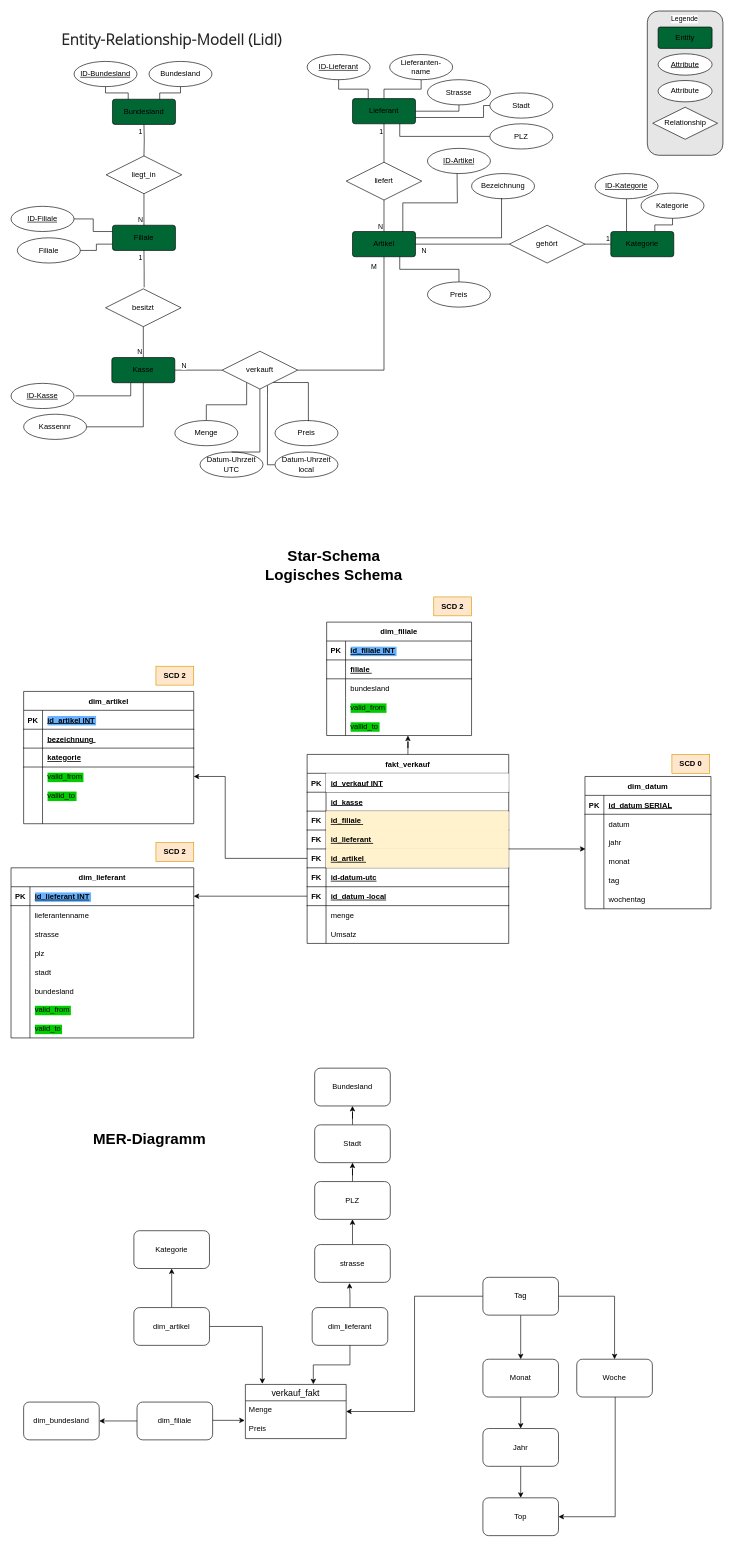
Earlier version of the draw.io diagram docs/ER-Modell.drawio (HappyJeanny/etl-postgres-projekt). Source tidied: cells renumbered, new cells numbered last; positions are measured from the earlier drawing's top-left corner, leaving out a move shared by most shapes. Both pictures are drawn from the tidied source at 63%, with x=0, y=0 at pixel (11, 11).
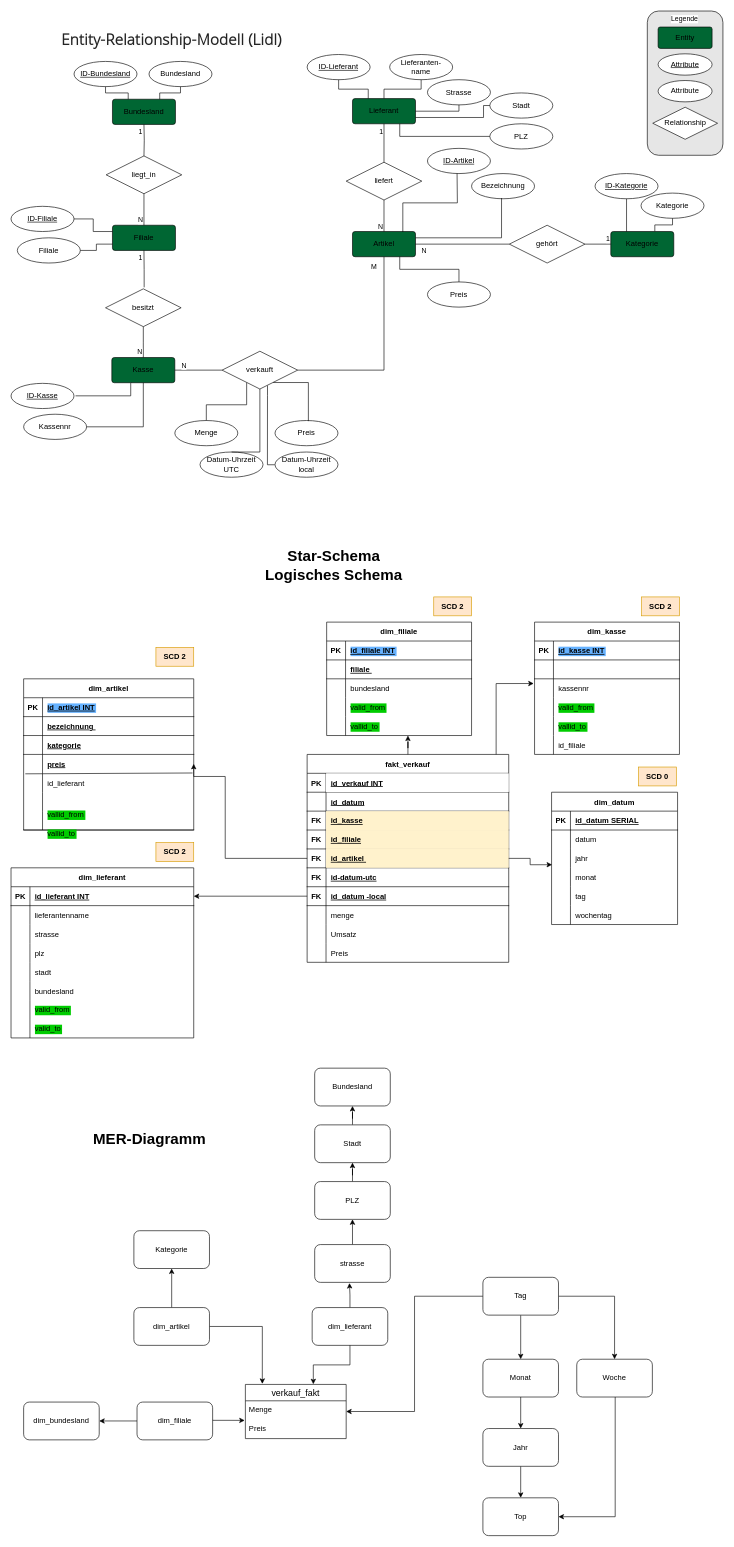
The same diagram, later.

The change refers to these unchanged cells:
```xml
<mxCell id="92" style="shape=tableRow;horizontal=0;startSize=0;swimlaneHead=0;swimlaneBody=0;fillColor=none;points=[[0,0.5],[1,0.5]];portConstraint=eastwest;strokeColor=inherit;top=0;left=0;right=0;bottom=0;" parent="82" vertex="1">
  <mxGeometry y="120" width="270" height="30" as="geometry" />
</mxCell>
<mxCell id="95" style="shape=tableRow;horizontal=0;startSize=0;swimlaneHead=0;swimlaneBody=0;fillColor=none;points=[[0,0.5],[1,0.5]];portConstraint=eastwest;strokeColor=inherit;top=0;left=0;right=0;bottom=0;" parent="82" vertex="1">
  <mxGeometry y="150" width="270" height="30" as="geometry" />
</mxCell>
<mxCell id="102" style="shape=tableRow;horizontal=0;startSize=0;swimlaneHead=0;swimlaneBody=0;fillColor=none;points=[[0,0.5],[1,0.5]];portConstraint=eastwest;strokeColor=inherit;top=0;left=0;right=0;bottom=1;" parent="101" vertex="1">
  <mxGeometry y="30" width="290" height="30" as="geometry" />
</mxCell>
<mxCell id="165" style="shape=tableRow;horizontal=0;startSize=0;swimlaneHead=0;swimlaneBody=0;fillColor=none;strokeColor=inherit;top=0;left=0;right=0;bottom=1;" parent="161" vertex="1">
  <mxGeometry y="60" width="320" height="30" as="geometry" />
</mxCell>
<mxCell id="168" style="shape=tableRow;horizontal=0;startSize=0;swimlaneHead=0;swimlaneBody=0;fillColor=none;strokeColor=inherit;top=0;left=0;right=0;bottom=1;" parent="161" vertex="1">
  <mxGeometry y="90" width="320" height="30" as="geometry" />
</mxCell>
<mxCell id="171" style="shape=tableRow;horizontal=0;startSize=0;swimlaneHead=0;swimlaneBody=0;fillColor=none;strokeColor=inherit;top=0;left=0;right=0;bottom=1;" parent="161" vertex="1">
  <mxGeometry y="120" width="320" height="30" as="geometry" />
</mxCell>
```

The edit, as a diff of the source:
```diff
@@
     <mxCell id="82" value="dim_artikel" style="shape=table;startSize=30;childLayout=tableLayout;rowLines=0;fontStyle=1;align=center;" parent="1" vertex="1">
-      <mxGeometry x="20" y="1080" width="270" height="210" as="geometry" />
+      <mxGeometry x="20" y="1060" width="270" height="240" as="geometry" />
     </mxCell>
@@
-    <mxCell id="94" value="valid_from" style="shape=partialRectangle;overflow=hidden;fillColor=none;align=left;strokeColor=inherit;top=0;left=0;bottom=0;right=0;spacingLeft=6;labelBackgroundColor=#00CC00;" parent="92" vertex="1">
+    <mxCell id="94" value="preis" style="shape=partialRectangle;overflow=hidden;fillColor=none;align=left;strokeColor=inherit;top=0;left=0;bottom=0;right=0;spacingLeft=6;labelBackgroundColor=#FFFFFF;fontStyle=5;" parent="92" vertex="1">
       <mxGeometry x="30" width="240" height="30" as="geometry" />
     </mxCell>
@@
-    <mxCell id="97" value="vallid_to" style="shape=partialRectangle;overflow=hidden;fillColor=none;align=left;strokeColor=inherit;top=0;left=0;bottom=0;right=0;spacingLeft=6;labelBackgroundColor=#00CC00;" parent="95" vertex="1">
+    <mxCell id="97" value="id_lieferant" style="shape=partialRectangle;overflow=hidden;fillColor=none;align=left;strokeColor=inherit;top=0;left=0;bottom=0;right=0;spacingLeft=6;labelBackgroundColor=#FFFFFF;" parent="95" vertex="1">
       <mxGeometry x="30" width="240" height="30" as="geometry" />
     </mxCell>
@@
+    <mxCell id="230" style="endArrow=none;html=1;rounded=0;exitX=0.01;exitY=1.026;exitDx=0;exitDy=0;exitPerimeter=0;entryX=0.993;entryY=-0.018;entryDx=0;entryDy=0;entryPerimeter=0;" parent="82" edge="1" source="92" target="95">
+      <mxGeometry relative="1" as="geometry" />
+    </mxCell>
+    <mxCell id="231" style="shape=tableRow;horizontal=0;startSize=0;swimlaneHead=0;swimlaneBody=0;fillColor=none;strokeColor=inherit;top=0;left=0;right=0;bottom=1;" parent="82" vertex="1">
+      <mxGeometry y="210" width="270" height="30" as="geometry" />
+    </mxCell>
+    <mxCell id="232" style="shape=partialRectangle;overflow=hidden;fillColor=none;strokeColor=inherit;top=0;left=0;bottom=0;right=0;fontStyle=1;" parent="231" vertex="1">
+      <mxGeometry width="30" height="30" as="geometry" />
+    </mxCell>
+    <mxCell id="233" style="shape=partialRectangle;overflow=hidden;fillColor=none;align=left;strokeColor=inherit;top=0;left=0;bottom=0;right=0;spacingLeft=6;fontStyle=5;" parent="231" vertex="1">
+      <mxGeometry x="30" width="240" height="30" as="geometry" />
+    </mxCell>
@@
-    <mxCell id="104" value="id_lieferant INT " style="shape=partialRectangle;overflow=hidden;fillColor=none;align=left;strokeColor=inherit;top=0;left=0;bottom=0;right=0;spacingLeft=6;fontStyle=5;labelBackgroundColor=#66B2FF;" parent="102" vertex="1">
+    <mxCell id="104" value="id_lieferant INT " style="shape=partialRectangle;overflow=hidden;fillColor=none;align=left;strokeColor=inherit;top=0;left=0;bottom=0;right=0;spacingLeft=6;fontStyle=5;labelBackgroundColor=#FFFFFF;" parent="102" vertex="1">
       <mxGeometry x="30" width="260" height="30" as="geometry" />
     </mxCell>
@@
     <mxCell id="142" value="dim_datum" style="shape=table;startSize=30;childLayout=tableLayout;rowLines=0;fontStyle=1;align=center;" parent="1" vertex="1">
-      <mxGeometry x="911" y="1215" width="200" height="210" as="geometry" />
+      <mxGeometry x="858" y="1240" width="200" height="210" as="geometry" />
     </mxCell>
@@
     <mxCell id="161" value="fakt_verkauf" style="shape=table;startSize=30;childLayout=tableLayout;rowLines=0;fontStyle=1;align=center;" parent="1" vertex="1">
-      <mxGeometry x="470" y="1180" width="320" height="300" as="geometry" />
+      <mxGeometry x="470" y="1180" width="320" height="330" as="geometry" />
     </mxCell>
@@
-    <mxCell id="167" value="id_kasse" style="shape=partialRectangle;overflow=hidden;fillColor=none;align=left;strokeColor=inherit;top=0;left=0;bottom=0;right=0;spacingLeft=6;fontStyle=5;" parent="165" vertex="1">
+    <mxCell id="167" value="id_datum" style="shape=partialRectangle;overflow=hidden;fillColor=none;align=left;strokeColor=inherit;top=0;left=0;bottom=0;right=0;spacingLeft=6;fontStyle=5;" parent="165" vertex="1">
       <mxGeometry x="30" width="290" height="30" as="geometry" />
     </mxCell>
@@
-    <mxCell id="170" value="id_filiale " style="shape=partialRectangle;overflow=hidden;fillColor=#fff2cc;align=left;strokeColor=#d6b656;top=0;left=0;bottom=0;right=0;spacingLeft=6;fontStyle=5;" parent="168" vertex="1">
+    <mxCell id="170" value="id_kasse" style="shape=partialRectangle;overflow=hidden;fillColor=#fff2cc;align=left;strokeColor=#d6b656;top=0;left=0;bottom=0;right=0;spacingLeft=6;fontStyle=5;" parent="168" vertex="1">
       <mxGeometry x="30" width="290" height="30" as="geometry" />
     </mxCell>
@@
-    <mxCell id="173" value="id_lieferant " style="shape=partialRectangle;overflow=hidden;fillColor=#fff2cc;align=left;strokeColor=#d6b656;top=0;left=0;bottom=0;right=0;spacingLeft=6;fontStyle=5;" parent="171" vertex="1">
+    <mxCell id="173" value="id_filiale" style="shape=partialRectangle;overflow=hidden;fillColor=#fff2cc;align=left;strokeColor=#d6b656;top=0;left=0;bottom=0;right=0;spacingLeft=6;fontStyle=5;" parent="171" vertex="1">
       <mxGeometry x="30" width="290" height="30" as="geometry" />
     </mxCell>
@@
+    <mxCell id="234" style="shape=tableRow;horizontal=0;startSize=0;swimlaneHead=0;swimlaneBody=0;fillColor=none;strokeColor=inherit;top=0;left=0;right=0;bottom=0;" parent="161" vertex="1">
+      <mxGeometry y="300" width="320" height="30" as="geometry" />
+    </mxCell>
+    <mxCell id="235" style="shape=partialRectangle;overflow=hidden;fillColor=none;strokeColor=inherit;top=0;left=0;bottom=0;right=0;" parent="234" vertex="1">
+      <mxGeometry width="30" height="30" as="geometry" />
+    </mxCell>
+    <mxCell id="236" value="Preis" style="shape=partialRectangle;overflow=hidden;fillColor=none;align=left;strokeColor=inherit;top=0;left=0;bottom=0;right=0;spacingLeft=6;" parent="234" vertex="1">
+      <mxGeometry x="30" width="290" height="30" as="geometry" />
+    </mxCell>
@@
     <mxCell id="225" value="&lt;b&gt;SCD 0&lt;/b&gt;" style="text;html=1;align=center;verticalAlign=middle;whiteSpace=wrap;rounded=0;fillColor=#ffe6cc;strokeColor=#d79b00;" parent="1" vertex="1">
-      <mxGeometry x="1049" y="1180" width="60" height="30" as="geometry" />
+      <mxGeometry x="996" y="1200" width="60" height="30" as="geometry" />
     </mxCell>
     <mxCell id="226" value="&lt;b&gt;SCD 2&lt;/b&gt;" style="text;html=1;align=center;verticalAlign=middle;whiteSpace=wrap;rounded=0;fillColor=#ffe6cc;strokeColor=#d79b00;" parent="1" vertex="1">
-      <mxGeometry x="230" y="1040" width="60" height="30" as="geometry" />
+      <mxGeometry x="230" y="1010" width="60" height="30" as="geometry" />
     </mxCell>
@@
+    <mxCell id="237" style="shape=tableRow;horizontal=0;startSize=0;swimlaneHead=0;swimlaneBody=0;fillColor=none;strokeColor=inherit;top=0;left=0;right=0;bottom=0;" parent="1" vertex="1">
+      <mxGeometry x="20" y="1260" width="270" height="30" as="geometry" />
+    </mxCell>
+    <mxCell id="238" style="shape=partialRectangle;overflow=hidden;fillColor=none;strokeColor=inherit;top=0;left=0;bottom=0;right=0;" parent="237" vertex="1">
+      <mxGeometry width="30" height="30" as="geometry" />
+    </mxCell>
+    <mxCell id="239" value="vallid_from" style="shape=partialRectangle;overflow=hidden;fillColor=none;align=left;strokeColor=inherit;top=0;left=0;bottom=0;right=0;spacingLeft=6;labelBackgroundColor=#00CC00;" parent="237" vertex="1">
+      <mxGeometry x="30" width="240" height="30" as="geometry" />
+    </mxCell>
+    <mxCell id="240" value="vallid_to" style="shape=partialRectangle;overflow=hidden;fillColor=none;align=left;strokeColor=inherit;top=0;left=0;bottom=0;right=0;spacingLeft=6;labelBackgroundColor=#00CC00;" parent="1" vertex="1">
+      <mxGeometry x="50" y="1290" width="240" height="30" as="geometry" />
+    </mxCell>
+    <mxCell id="241" value="dim_kasse" style="shape=table;startSize=30;childLayout=tableLayout;rowLines=0;fontStyle=1;align=center;" parent="1" vertex="1">
+      <mxGeometry x="831" y="970" width="230" height="210" as="geometry" />
+    </mxCell>
+    <mxCell id="242" style="shape=tableRow;horizontal=0;startSize=0;swimlaneHead=0;swimlaneBody=0;fillColor=none;strokeColor=inherit;top=0;left=0;right=0;bottom=1;" parent="241" vertex="1">
+      <mxGeometry y="30" width="230" height="30" as="geometry" />
+    </mxCell>
+    <mxCell id="243" value="PK" style="shape=partialRectangle;overflow=hidden;fillColor=none;strokeColor=inherit;top=0;left=0;bottom=0;right=0;fontStyle=1;" parent="242" vertex="1">
+      <mxGeometry width="30" height="30" as="geometry" />
+    </mxCell>
+    <mxCell id="244" value="id_kasse INT" style="shape=partialRectangle;overflow=hidden;fillColor=none;align=left;strokeColor=inherit;top=0;left=0;bottom=0;right=0;spacingLeft=6;fontStyle=5;labelBackgroundColor=#66B2FF;" parent="242" vertex="1">
+      <mxGeometry x="30" width="200" height="30" as="geometry" />
+    </mxCell>
+    <mxCell id="245" style="shape=tableRow;horizontal=0;startSize=0;swimlaneHead=0;swimlaneBody=0;fillColor=none;strokeColor=inherit;top=0;left=0;right=0;bottom=1;" parent="241" vertex="1">
+      <mxGeometry y="60" width="230" height="30" as="geometry" />
+    </mxCell>
+    <mxCell id="246" style="shape=partialRectangle;overflow=hidden;fillColor=none;strokeColor=inherit;top=0;left=0;bottom=0;right=0;fontStyle=1;" parent="245" vertex="1">
+      <mxGeometry width="30" height="30" as="geometry" />
+    </mxCell>
+    <mxCell id="247" style="shape=partialRectangle;overflow=hidden;fillColor=none;align=left;strokeColor=inherit;top=0;left=0;bottom=0;right=0;spacingLeft=6;fontStyle=5;" parent="245" vertex="1">
+      <mxGeometry x="30" width="200" height="30" as="geometry" />
+    </mxCell>
+    <mxCell id="248" style="shape=tableRow;horizontal=0;startSize=0;swimlaneHead=0;swimlaneBody=0;fillColor=none;points=[[0,0.5],[1,0.5]];portConstraint=eastwest;strokeColor=inherit;top=0;left=0;right=0;bottom=0;" parent="241" vertex="1">
+      <mxGeometry y="90" width="230" height="30" as="geometry" />
+    </mxCell>
+    <mxCell id="249" style="shape=partialRectangle;overflow=hidden;fillColor=none;strokeColor=inherit;top=0;left=0;bottom=0;right=0;" parent="248" vertex="1">
+      <mxGeometry width="30" height="30" as="geometry" />
+    </mxCell>
+    <mxCell id="250" value="kassennr" style="shape=partialRectangle;overflow=hidden;fillColor=none;align=left;strokeColor=inherit;top=0;left=0;bottom=0;right=0;spacingLeft=6;" parent="248" vertex="1">
+      <mxGeometry x="30" width="200" height="30" as="geometry" />
+    </mxCell>
+    <mxCell id="251" style="shape=tableRow;horizontal=0;startSize=0;swimlaneHead=0;swimlaneBody=0;fillColor=none;strokeColor=inherit;top=0;left=0;right=0;bottom=0;" parent="241" vertex="1">
+      <mxGeometry y="120" width="230" height="30" as="geometry" />
+    </mxCell>
+    <mxCell id="252" style="shape=partialRectangle;overflow=hidden;fillColor=none;strokeColor=inherit;top=0;left=0;bottom=0;right=0;" parent="251" vertex="1">
+      <mxGeometry width="30" height="30" as="geometry" />
+    </mxCell>
+    <mxCell id="253" value="valid_from" style="shape=partialRectangle;overflow=hidden;fillColor=none;align=left;strokeColor=inherit;top=0;left=0;bottom=0;right=0;spacingLeft=6;labelBackgroundColor=#00CC00;" parent="251" vertex="1">
+      <mxGeometry x="30" width="200" height="30" as="geometry" />
+    </mxCell>
+    <mxCell id="254" style="shape=tableRow;horizontal=0;startSize=0;swimlaneHead=0;swimlaneBody=0;fillColor=none;strokeColor=inherit;top=0;left=0;right=0;bottom=0;" parent="241" vertex="1">
+      <mxGeometry y="150" width="230" height="30" as="geometry" />
+    </mxCell>
+    <mxCell id="255" style="shape=partialRectangle;overflow=hidden;fillColor=none;strokeColor=inherit;top=0;left=0;bottom=0;right=0;" parent="254" vertex="1">
+      <mxGeometry width="30" height="30" as="geometry" />
+    </mxCell>
+    <mxCell id="256" value="vallid_to" style="shape=partialRectangle;overflow=hidden;fillColor=none;align=left;strokeColor=inherit;top=0;left=0;bottom=0;right=0;spacingLeft=6;labelBackgroundColor=#00CC00;" parent="254" vertex="1">
+      <mxGeometry x="30" width="200" height="30" as="geometry" />
+    </mxCell>
+    <mxCell id="257" style="shape=tableRow;horizontal=0;startSize=0;swimlaneHead=0;swimlaneBody=0;fillColor=none;strokeColor=inherit;top=0;left=0;right=0;bottom=0;" parent="241" vertex="1">
+      <mxGeometry y="180" width="230" height="30" as="geometry" />
+    </mxCell>
+    <mxCell id="258" style="shape=partialRectangle;overflow=hidden;fillColor=none;strokeColor=inherit;top=0;left=0;bottom=0;right=0;" parent="257" vertex="1">
+      <mxGeometry width="30" height="30" as="geometry" />
+    </mxCell>
+    <mxCell id="259" value="id_filiale" style="shape=partialRectangle;overflow=hidden;fillColor=none;align=left;strokeColor=inherit;top=0;left=0;bottom=0;right=0;spacingLeft=6;" parent="257" vertex="1">
+      <mxGeometry x="30" width="200" height="30" as="geometry" />
+    </mxCell>
+    <mxCell id="260" value="&lt;b&gt;SCD 2&lt;/b&gt;" style="text;html=1;align=center;verticalAlign=middle;whiteSpace=wrap;rounded=0;fillColor=#ffe6cc;strokeColor=#d79b00;" parent="1" vertex="1">
+      <mxGeometry x="1001" y="930" width="60" height="30" as="geometry" />
+    </mxCell>
+    <mxCell id="261" style="edgeStyle=orthogonalEdgeStyle;rounded=0;jettySize=auto;html=1;entryX=-0.006;entryY=0.249;entryDx=0;entryDy=0;entryPerimeter=0;" parent="1" edge="1" source="161" target="248">
+      <mxGeometry relative="1" as="geometry">
+        <Array as="points">
+          <mxPoint x="770" y="1068" />
+        </Array>
+      </mxGeometry>
+    </mxCell>
```
